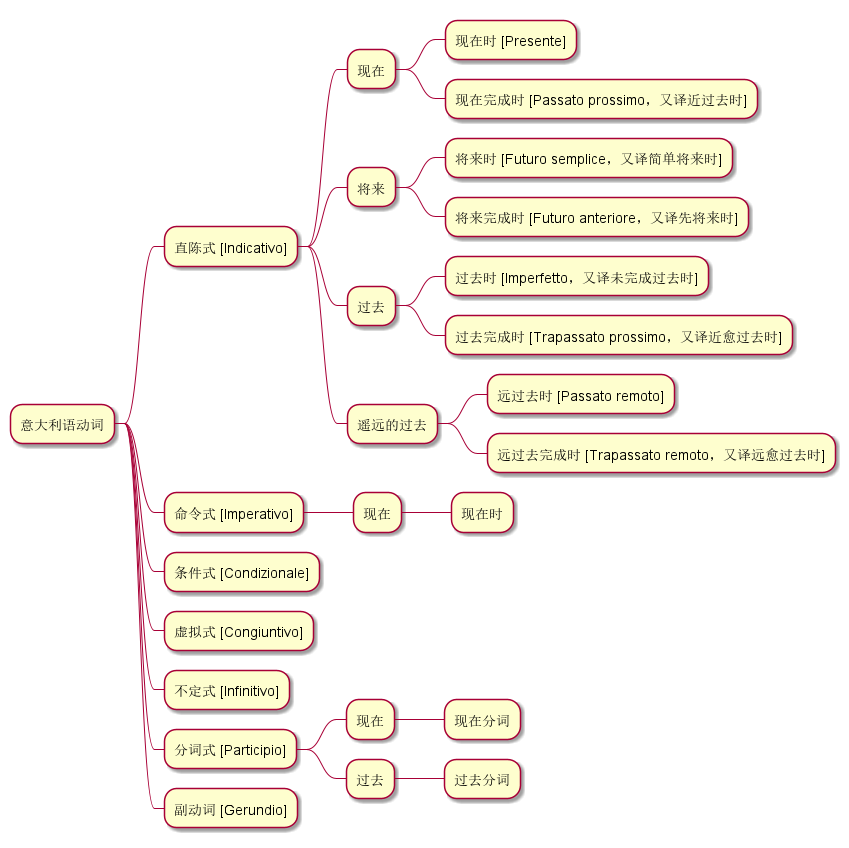
Before: images/italian-verb.png, a diagram exported from PlantUML (winsphinx/FEI).
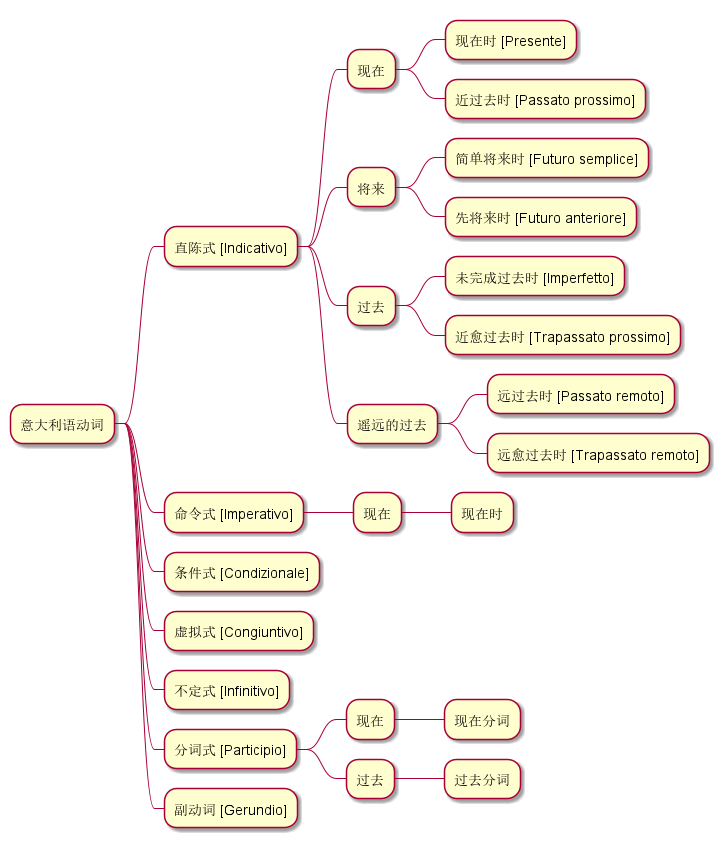
Later version of the same file.

What changed in the source:
```diff
@@ -3,16 +3,16 @@
 ++ 直陈式 [Indicativo]
 +++ 现在
 ++++ 现在时 [Presente]
-++++ 现在完成时 [Passato prossimo，又译近过去时]
+++++ 近过去时 [Passato prossimo]
 +++ 将来
-++++ 将来时 [Futuro semplice，又译简单将来时]
-++++ 将来完成时 [Futuro anteriore，又译先将来时]
+++++ 简单将来时 [Futuro semplice]
+++++ 先将来时 [Futuro anteriore]
 +++ 过去
-++++ 过去时 [Imperfetto，又译未完成过去时]
-++++ 过去完成时 [Trapassato prossimo，又译近愈过去时]
+++++ 未完成过去时 [Imperfetto]
+++++ 近愈过去时 [Trapassato prossimo]
 +++ 遥远的过去
 ++++ 远过去时 [Passato remoto]
-++++ 远过去完成时 [Trapassato remoto，又译远愈过去时]
+++++ 远愈过去时 [Trapassato remoto]
 ++ 命令式 [Imperativo]
 +++ 现在
 ++++ 现在时
```
